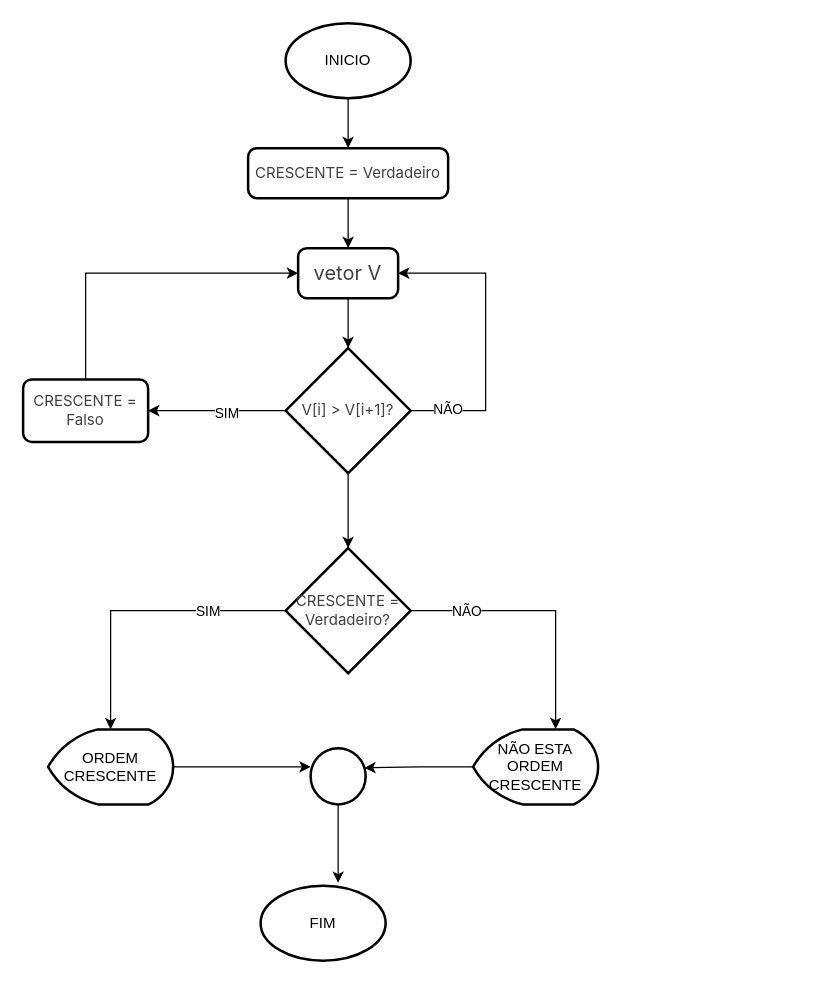
Above: Simulado/Exercicio_14.drawio in alberes-silva/CodigoBase (draw.io), before the change. Source tidied: cells renumbered, new cells numbered last; positions are measured from the earlier drawing's top-left corner, leaving out a move shared by most shapes. Both pictures are drawn from the tidied source at 125%, with x=0, y=0 at pixel (22, 22).
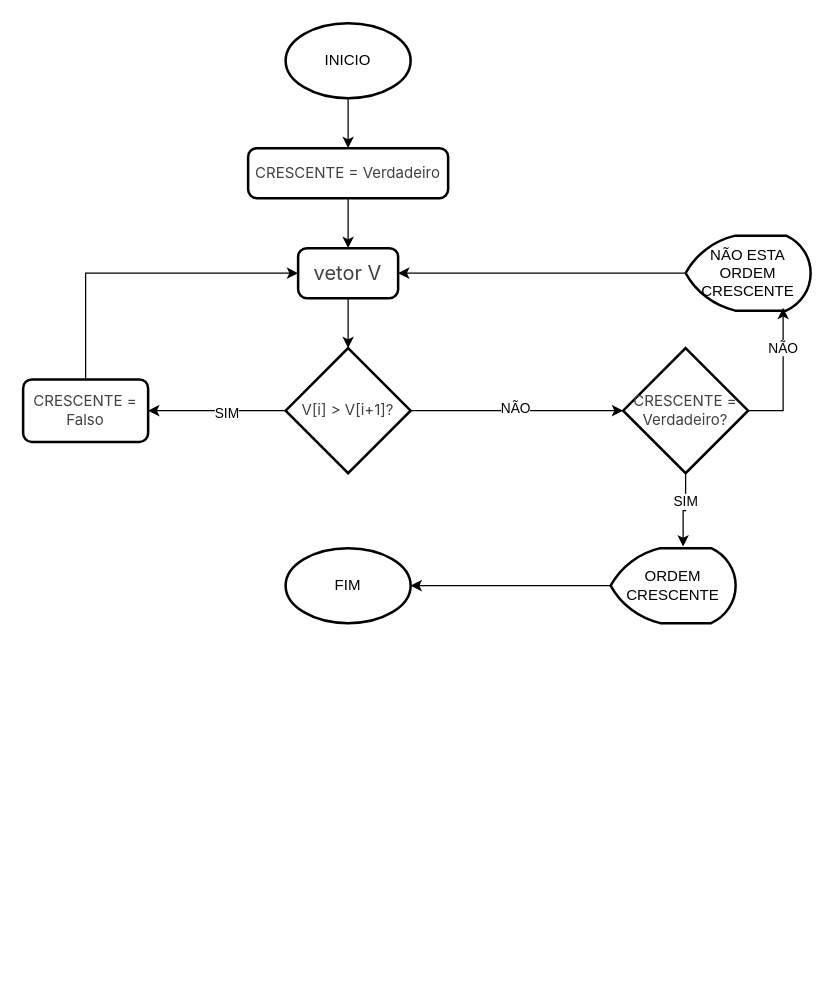
The same diagram, later.

Unchanged cells that the change refers to:
```xml
<mxCell id="7" value="&lt;span style=&quot;color: rgb(64, 64, 64); font-family: Inter, system-ui, -apple-system, BlinkMacSystemFont, &amp;quot;Segoe UI&amp;quot;, Roboto, &amp;quot;Noto Sans&amp;quot;, Ubuntu, Cantarell, &amp;quot;Helvetica Neue&amp;quot;, Oxygen, &amp;quot;Open Sans&amp;quot;, sans-serif; font-size: 16.002px; text-align: left;&quot;&gt;vetor V&lt;/span&gt;" style="rounded=1;whiteSpace=wrap;html=1;absoluteArcSize=1;arcSize=14;strokeWidth=2;" parent="1" vertex="1">
  <mxGeometry x="220" y="180" width="80" height="40" as="geometry" />
</mxCell>
<mxCell id="12" value="&lt;span style=&quot;color: rgb(64, 64, 64); font-family: Inter, system-ui, -apple-system, BlinkMacSystemFont, &amp;quot;Segoe UI&amp;quot;, Roboto, &amp;quot;Noto Sans&amp;quot;, Ubuntu, Cantarell, &amp;quot;Helvetica Neue&amp;quot;, Oxygen, &amp;quot;Open Sans&amp;quot;, sans-serif; text-align: left;&quot;&gt;&lt;font&gt;V[i] &amp;gt; V[i+1]?&lt;/font&gt;&lt;/span&gt;" style="strokeWidth=2;html=1;shape=mxgraph.flowchart.decision;whiteSpace=wrap;" parent="1" vertex="1">
  <mxGeometry x="210" y="260" width="100" height="100" as="geometry" />
</mxCell>
```

The edit, as a diff of the source:
```diff
@@
     <mxCell id="4" value="FIM" style="strokeWidth=2;html=1;shape=mxgraph.flowchart.start_1;whiteSpace=wrap;" parent="1" vertex="1">
-      <mxGeometry x="190" y="690" width="100" height="60" as="geometry" />
+      <mxGeometry x="210" y="420" width="100" height="60" as="geometry" />
     </mxCell>
@@
-    <mxCell id="10" style="edgeStyle=orthogonalEdgeStyle;rounded=0;jettySize=auto;html=1;exitX=1;exitY=0.5;exitDx=0;exitDy=0;exitPerimeter=0;entryX=1;entryY=0.5;entryDx=0;entryDy=0;" parent="1" edge="1" source="12" target="7">
-      <mxGeometry relative="1" as="geometry">
-        <Array as="points">
-          <mxPoint x="370" y="310" />
-          <mxPoint x="370" y="200" />
-        </Array>
-      </mxGeometry>
-    </mxCell>
-    <mxCell id="11" value="NÃO" style="edgeLabel;html=1;align=center;verticalAlign=middle;" parent="10" vertex="1">
-      <mxGeometry x="-0.76" y="2" relative="1" as="geometry" />
-    </mxCell>
@@
     <mxCell id="15" value="&lt;span style=&quot;color: rgb(64, 64, 64); font-family: Inter, system-ui, -apple-system, BlinkMacSystemFont, &amp;quot;Segoe UI&amp;quot;, Roboto, &amp;quot;Noto Sans&amp;quot;, Ubuntu, Cantarell, &amp;quot;Helvetica Neue&amp;quot;, Oxygen, &amp;quot;Open Sans&amp;quot;, sans-serif; text-align: left;&quot;&gt;&lt;font&gt;CRESCENTE = Verdadeiro?&lt;/font&gt;&lt;/span&gt;" style="strokeWidth=2;html=1;shape=mxgraph.flowchart.decision;whiteSpace=wrap;" parent="1" vertex="1">
-      <mxGeometry x="210" y="420" width="100" height="100" as="geometry" />
+      <mxGeometry x="480" y="260" width="100" height="100" as="geometry" />
     </mxCell>
@@
-    <mxCell id="17" style="edgeStyle=orthogonalEdgeStyle;rounded=0;jettySize=auto;html=1;exitX=0.5;exitY=1;exitDx=0;exitDy=0;exitPerimeter=0;entryX=0.5;entryY=0;entryDx=0;entryDy=0;entryPerimeter=0;" parent="1" edge="1" source="12" target="15">
-      <mxGeometry relative="1" as="geometry" />
-    </mxCell>
+    <mxCell id="28" style="edgeStyle=orthogonalEdgeStyle;rounded=0;jettySize=auto;html=1;exitX=0;exitY=0.5;exitDx=0;exitDy=0;exitPerimeter=0;entryX=1;entryY=0.5;entryDx=0;entryDy=0;" parent="1" edge="1" source="18" target="7">
+      <mxGeometry relative="1" as="geometry" />
+    </mxCell>
     <mxCell id="18" value="NÃO ESTA ORDEM CRESCENTE" style="strokeWidth=2;html=1;shape=mxgraph.flowchart.display;whiteSpace=wrap;" parent="1" vertex="1">
-      <mxGeometry x="360" y="565" width="100" height="60" as="geometry" />
+      <mxGeometry x="530" y="170" width="100" height="60" as="geometry" />
     </mxCell>
     <mxCell id="19" value="ORDEM CRESCENTE" style="strokeWidth=2;html=1;shape=mxgraph.flowchart.display;whiteSpace=wrap;" parent="1" vertex="1">
-      <mxGeometry x="20" y="565" width="100" height="60" as="geometry" />
+      <mxGeometry x="470" y="420" width="100" height="60" as="geometry" />
     </mxCell>
+    <mxCell id="17" style="edgeStyle=orthogonalEdgeStyle;rounded=0;jettySize=auto;html=1;exitX=1;exitY=0.5;exitDx=0;exitDy=0;exitPerimeter=0;entryX=0;entryY=0.5;entryDx=0;entryDy=0;entryPerimeter=0;" parent="1" edge="1" source="12" target="15">
+      <mxGeometry relative="1" as="geometry" />
+    </mxCell>
+    <mxCell id="29" value="NÃO" style="edgeLabel;html=1;align=center;verticalAlign=middle;" parent="17" vertex="1">
+      <mxGeometry x="-0.02" y="3" relative="1" as="geometry" />
+    </mxCell>
+    <mxCell id="22" style="edgeStyle=orthogonalEdgeStyle;rounded=0;jettySize=auto;html=1;exitX=1;exitY=0.5;exitDx=0;exitDy=0;exitPerimeter=0;entryX=0.78;entryY=0.963;entryDx=0;entryDy=0;entryPerimeter=0;" parent="1" edge="1" source="15" target="18">
+      <mxGeometry relative="1" as="geometry" />
+    </mxCell>
+    <mxCell id="30" value="NÃO" style="edgeLabel;html=1;align=center;verticalAlign=middle;" parent="22" vertex="1">
+      <mxGeometry x="0.43" y="1" relative="1" as="geometry" />
+    </mxCell>
-    <mxCell id="20" style="edgeStyle=orthogonalEdgeStyle;rounded=0;jettySize=auto;html=1;exitX=0;exitY=0.5;exitDx=0;exitDy=0;exitPerimeter=0;entryX=0.5;entryY=0;entryDx=0;entryDy=0;entryPerimeter=0;" parent="1" edge="1" source="15" target="19">
+    <mxCell id="20" style="edgeStyle=orthogonalEdgeStyle;rounded=0;jettySize=auto;html=1;exitX=0.5;exitY=1;exitDx=0;exitDy=0;exitPerimeter=0;entryX=0.58;entryY=-0.021;entryDx=0;entryDy=0;entryPerimeter=0;" parent="1" edge="1" source="15" target="19">
       <mxGeometry relative="1" as="geometry" />
     </mxCell>
     <mxCell id="21" value="SIM" style="edgeLabel;html=1;align=center;verticalAlign=middle;" parent="20" vertex="1">
-      <mxGeometry x="-0.46" relative="1" as="geometry" />
+      <mxGeometry x="-0.28" y="-1" relative="1" as="geometry" />
     </mxCell>
-    <mxCell id="22" style="edgeStyle=orthogonalEdgeStyle;rounded=0;jettySize=auto;html=1;exitX=1;exitY=0.5;exitDx=0;exitDy=0;exitPerimeter=0;entryX=0.66;entryY=-0.004;entryDx=0;entryDy=0;entryPerimeter=0;" parent="1" edge="1" source="15" target="18">
-      <mxGeometry relative="1" as="geometry" />
-    </mxCell>
-    <mxCell id="23" value="NÃO" style="edgeLabel;html=1;align=center;verticalAlign=middle;" parent="22" vertex="1">
-      <mxGeometry x="-0.58" relative="1" as="geometry" />
-    </mxCell>
-    <mxCell id="24" style="strokeWidth=2;html=1;shape=mxgraph.flowchart.start_2;whiteSpace=wrap;" parent="1" vertex="1">
-      <mxGeometry x="230" y="580" width="44" height="45" as="geometry" />
-    </mxCell>
-    <mxCell id="25" style="edgeStyle=orthogonalEdgeStyle;rounded=0;jettySize=auto;html=1;exitX=1;exitY=0.5;exitDx=0;exitDy=0;exitPerimeter=0;entryX=0;entryY=0.333;entryDx=0;entryDy=0;entryPerimeter=0;" parent="1" edge="1" source="19" target="24">
-      <mxGeometry relative="1" as="geometry" />
-    </mxCell>
-    <mxCell id="26" style="edgeStyle=orthogonalEdgeStyle;rounded=0;jettySize=auto;html=1;exitX=0;exitY=0.5;exitDx=0;exitDy=0;exitPerimeter=0;entryX=0.977;entryY=0.35;entryDx=0;entryDy=0;entryPerimeter=0;" parent="1" edge="1" source="18" target="24">
-      <mxGeometry relative="1" as="geometry" />
-    </mxCell>
-    <mxCell id="27" style="edgeStyle=orthogonalEdgeStyle;rounded=0;jettySize=auto;html=1;exitX=0.5;exitY=1;exitDx=0;exitDy=0;exitPerimeter=0;entryX=0.62;entryY=-0.037;entryDx=0;entryDy=0;entryPerimeter=0;" parent="1" edge="1" source="24" target="4">
-      <mxGeometry relative="1" as="geometry" />
-    </mxCell>
+    <mxCell id="31" style="edgeStyle=orthogonalEdgeStyle;rounded=0;jettySize=auto;html=1;exitX=0;exitY=0.5;exitDx=0;exitDy=0;exitPerimeter=0;entryX=1;entryY=0.5;entryDx=0;entryDy=0;entryPerimeter=0;" parent="1" edge="1" source="19" target="4">
+      <mxGeometry relative="1" as="geometry" />
+    </mxCell>
```
